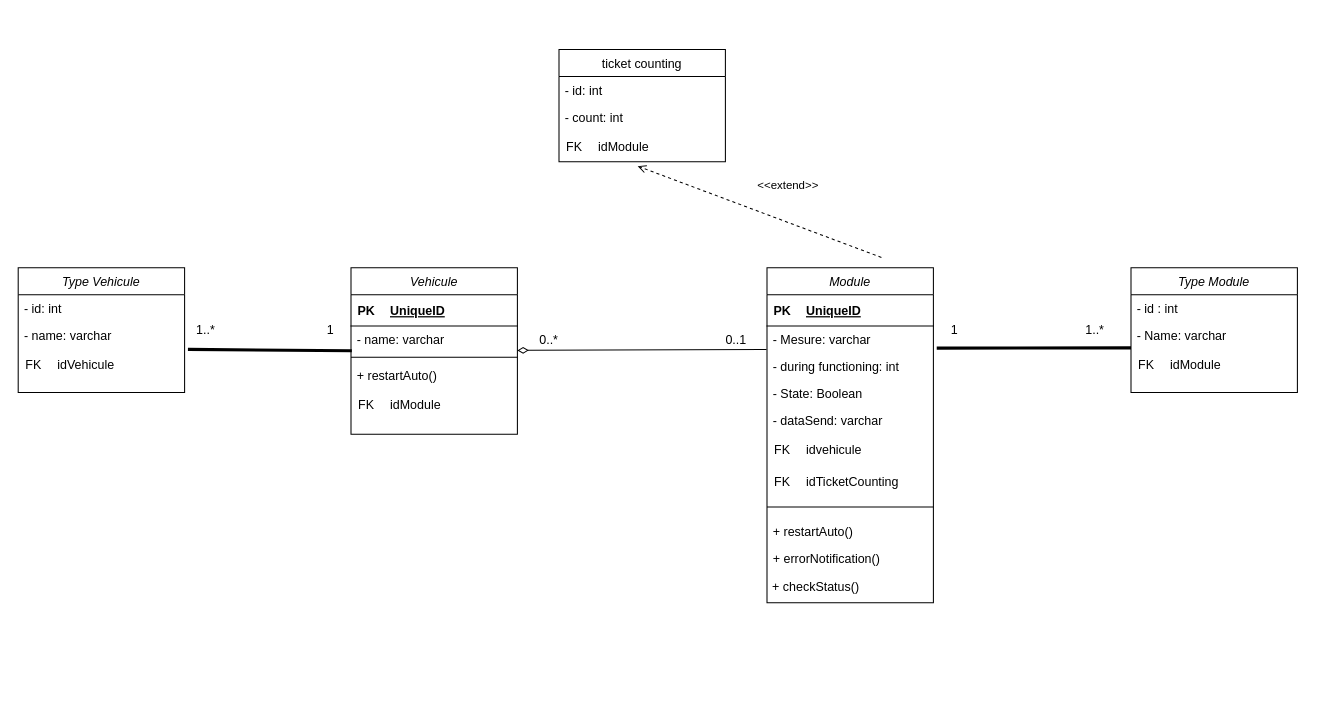
This is UML/IOT_class.drawio from IdurarDev/IoT_Modules, a draw.io file, before an edit. Source tidied: cells renumbered, new cells numbered last; positions are measured from the earlier drawing's top-left corner, leaving out a move shared by most shapes. Both pictures are drawn from the tidied source at 104%, with x=0, y=0 at pixel (18, 49).
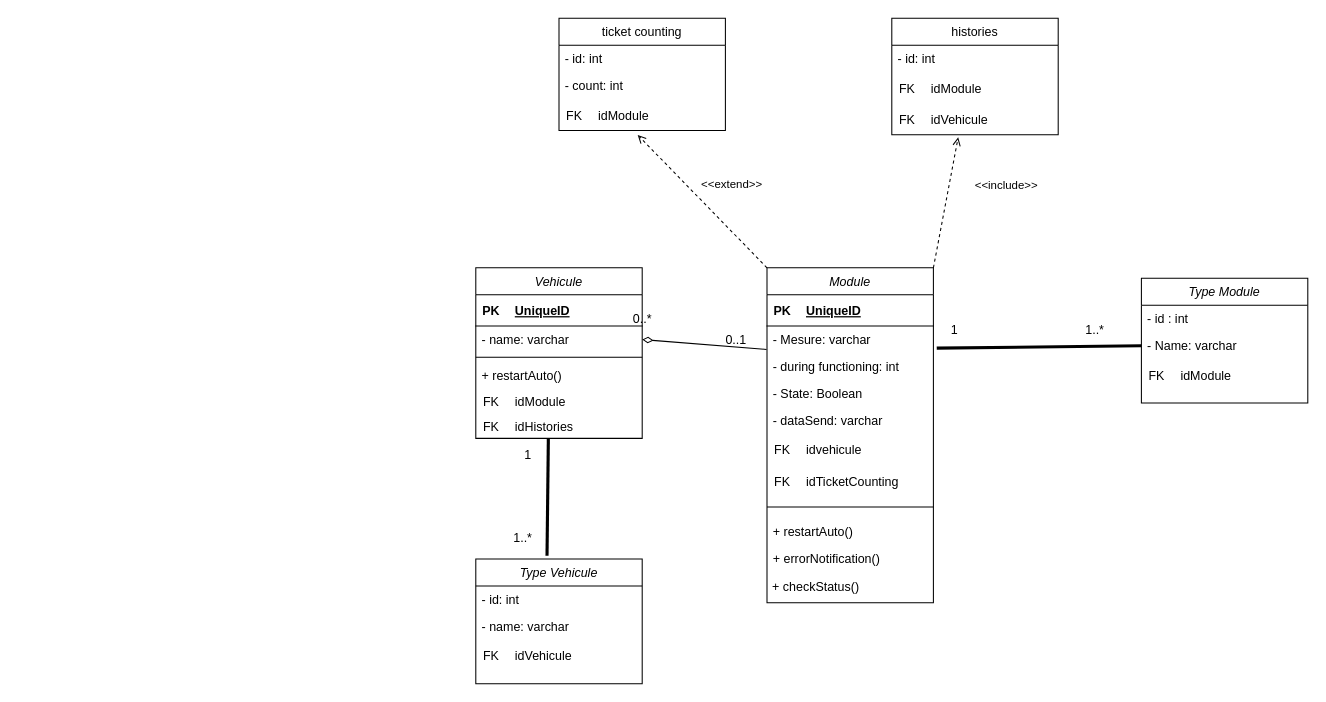
Above is the later version.

Commit message:
add class histories in class diagram

Unchanged cells that the change refers to:
```xml
<mxCell id="2" value="Module" style="swimlane;fontStyle=2;align=center;verticalAlign=top;horizontal=1;startSize=26;rounded=0;shadow=0;strokeWidth=1;" parent="1" vertex="1">
  <mxGeometry x="720" y="210" width="160" height="322" as="geometry" />
</mxCell>
<mxCell id="7" value="- Mesure: varchar" style="text;align=left;verticalAlign=top;spacingLeft=4;spacingRight=4;overflow=hidden;points=[[0,0.5],[1,0.5]];portConstraint=eastwest;" parent="2" vertex="1">
  <mxGeometry y="56" width="160" height="26" as="geometry" />
</mxCell>
<mxCell id="8" value="- during functioning: int" style="text;align=left;verticalAlign=top;spacingLeft=4;spacingRight=4;overflow=hidden;points=[[0,0.5],[1,0.5]];portConstraint=eastwest;rounded=0;shadow=0;html=0;" parent="2" vertex="1">
  <mxGeometry y="82" width="160" height="26" as="geometry" />
</mxCell>
<mxCell id="26" style="shape=tableRow;horizontal=0;startSize=0;swimlaneHead=0;swimlaneBody=0;fillColor=none;points=[[0,0.5],[1,0.5]];portConstraint=eastwest;top=0;left=0;right=0;bottom=0;" parent="25" vertex="1">
  <mxGeometry width="160" height="30" as="geometry" />
</mxCell>
<mxCell id="34" value="- name: varchar" style="text;align=left;verticalAlign=top;spacingLeft=4;spacingRight=4;overflow=hidden;points=[[0,0.5],[1,0.5]];portConstraint=eastwest;rounded=0;shadow=0;html=0;" parent="29" vertex="1">
  <mxGeometry y="56" width="160" height="26" as="geometry" />
</mxCell>
<mxCell id="43" value="- name: varchar" style="text;align=left;verticalAlign=top;spacingLeft=4;spacingRight=4;overflow=hidden;points=[[0,0.5],[1,0.5]];portConstraint=eastwest;rounded=0;shadow=0;html=0;" parent="41" vertex="1">
  <mxGeometry y="52" width="160" height="26" as="geometry" />
</mxCell>
<mxCell id="50" value="- Name: varchar" style="text;align=left;verticalAlign=top;spacingLeft=4;spacingRight=4;overflow=hidden;points=[[0,0.5],[1,0.5]];portConstraint=eastwest;rounded=0;shadow=0;html=0;" parent="48" vertex="1">
  <mxGeometry y="52" width="160" height="26" as="geometry" />
</mxCell>
```

The edit, as a diff of the source:
```diff
@@
     <mxCell id="22" value="ticket counting" style="swimlane;fontStyle=0;horizontal=1;startSize=26;fillColor=none;" parent="1" vertex="1">
-      <mxGeometry x="520" width="160" height="108" as="geometry" />
+      <mxGeometry x="520" y="-30" width="160" height="108" as="geometry" />
     </mxCell>
@@
     <mxCell id="29" value="Vehicule" style="swimlane;fontStyle=2;align=center;verticalAlign=top;horizontal=1;startSize=26;rounded=0;shadow=0;strokeWidth=1;" parent="1" vertex="1">
-      <mxGeometry x="320" y="210" width="160" height="160" as="geometry" />
+      <mxGeometry x="440" y="210" width="160" height="164" as="geometry" />
     </mxCell>
@@
     <mxCell id="37" style="shape=table;startSize=0;childLayout=tableLayout;rowLines=0;fontStyle=0;align=center;strokeColor=none;fillColor=none;" parent="29" vertex="1">
-      <mxGeometry y="116" width="160" height="30" as="geometry" />
+      <mxGeometry y="116" width="160" height="24" as="geometry" />
     </mxCell>
     <mxCell id="38" style="shape=tableRow;horizontal=0;startSize=0;swimlaneHead=0;swimlaneBody=0;fillColor=none;top=0;left=0;right=0;bottom=0;" parent="37" vertex="1">
-      <mxGeometry width="160" height="30" as="geometry" />
+      <mxGeometry width="160" height="24" as="geometry" />
     </mxCell>
     <mxCell id="39" value="FK" style="shape=partialRectangle;fillColor=none;top=0;left=0;bottom=0;right=0;fontStyle=0;overflow=hidden;" parent="38" vertex="1">
-      <mxGeometry width="30" height="30" as="geometry" />
+      <mxGeometry width="30" height="24" as="geometry" />
     </mxCell>
     <mxCell id="40" value="idModule" style="shape=partialRectangle;fillColor=none;top=0;left=0;bottom=0;right=0;align=left;spacingLeft=6;fontStyle=0;overflow=hidden;" parent="38" vertex="1">
-      <mxGeometry x="30" width="130" height="30" as="geometry" />
+      <mxGeometry x="30" width="130" height="24" as="geometry" />
     </mxCell>
+    <mxCell id="65" style="shape=table;startSize=0;childLayout=tableLayout;rowLines=0;fontStyle=0;align=center;strokeColor=none;fillColor=none;" parent="29" vertex="1">
+      <mxGeometry y="140" width="160" height="24" as="geometry" />
+    </mxCell>
+    <mxCell id="66" style="shape=tableRow;horizontal=0;startSize=0;swimlaneHead=0;swimlaneBody=0;fillColor=none;points=[[0,0.5],[1,0.5]];portConstraint=eastwest;top=0;left=0;right=0;bottom=0;" parent="65" vertex="1">
+      <mxGeometry width="160" height="24" as="geometry" />
+    </mxCell>
+    <mxCell id="67" value="FK" style="shape=partialRectangle;fillColor=none;top=0;left=0;bottom=0;right=0;fontStyle=0;overflow=hidden;" parent="66" vertex="1">
+      <mxGeometry width="30" height="24" as="geometry" />
+    </mxCell>
+    <mxCell id="68" value="idHistories" style="shape=partialRectangle;fillColor=none;top=0;left=0;bottom=0;right=0;align=left;spacingLeft=6;fontStyle=0;overflow=hidden;" parent="66" vertex="1">
+      <mxGeometry x="30" width="130" height="24" as="geometry" />
+    </mxCell>
     <mxCell id="41" value="Type Vehicule" style="swimlane;fontStyle=2;align=center;verticalAlign=top;horizontal=1;startSize=26;rounded=0;shadow=0;strokeWidth=1;" parent="1" vertex="1">
-      <mxGeometry y="210" width="160" height="120" as="geometry" />
+      <mxGeometry x="440" y="490" width="160" height="120" as="geometry" />
     </mxCell>
@@
     <mxCell id="48" value="Type Module" style="swimlane;fontStyle=2;align=center;verticalAlign=top;horizontal=1;startSize=26;rounded=0;shadow=0;strokeWidth=1;" parent="1" vertex="1">
-      <mxGeometry x="1070" y="210" width="160" height="120" as="geometry" />
+      <mxGeometry x="1080" y="220" width="160" height="120" as="geometry" />
     </mxCell>
@@
-    <mxCell id="55" style="endArrow=none;startArrow=none;endFill=0;startFill=0;endSize=8;html=1;verticalAlign=bottom;labelBackgroundColor=none;strokeWidth=3;rounded=0;exitX=1.02;exitY=-0.183;exitDx=0;exitDy=0;exitPerimeter=0;" parent="1" edge="1" source="8">
-      <mxGeometry relative="1" as="geometry">
-        <mxPoint x="1070" y="287" as="targetPoint" />
-      </mxGeometry>
+    <mxCell id="55" style="endArrow=none;startArrow=none;endFill=0;startFill=0;endSize=8;html=1;verticalAlign=bottom;labelBackgroundColor=none;strokeWidth=3;rounded=0;exitX=1.02;exitY=-0.183;exitDx=0;exitDy=0;exitPerimeter=0;entryX=0;entryY=0.5;entryDx=0;entryDy=0;" parent="1" edge="1" source="8" target="50">
+      <mxGeometry relative="1" as="geometry" />
     </mxCell>
-    <mxCell id="56" style="endArrow=none;startArrow=none;endFill=0;startFill=0;endSize=8;html=1;verticalAlign=bottom;labelBackgroundColor=none;strokeWidth=3;rounded=0;exitX=1.02;exitY=1.019;exitDx=0;exitDy=0;entryX=0.005;entryY=0.913;entryDx=0;entryDy=0;exitPerimeter=0;entryPerimeter=0;" parent="1" edge="1" source="43" target="34">
+    <mxCell id="56" style="endArrow=none;startArrow=none;endFill=0;startFill=0;endSize=8;html=1;verticalAlign=bottom;labelBackgroundColor=none;strokeWidth=3;rounded=0;exitX=0.428;exitY=-0.026;exitDx=0;exitDy=0;entryX=0.436;entryY=0.998;entryDx=0;entryDy=0;exitPerimeter=0;entryPerimeter=0;" parent="1" edge="1" source="41" target="66">
       <mxGeometry relative="1" as="geometry" />
     </mxCell>
     <mxCell id="57" value="1" style="text;html=1;align=center;verticalAlign=middle;strokeColor=none;fillColor=none;" parent="1" vertex="1">
-      <mxGeometry x="290" y="260" width="20" height="20" as="geometry" />
+      <mxGeometry x="480" y="380" width="20" height="20" as="geometry" />
     </mxCell>
     <mxCell id="58" value="1..*" style="text;html=1;align=center;verticalAlign=middle;strokeColor=none;fillColor=none;" parent="1" vertex="1">
-      <mxGeometry x="165" y="260" width="30" height="20" as="geometry" />
+      <mxGeometry x="470" y="460" width="30" height="20" as="geometry" />
     </mxCell>
@@
-    <mxCell id="61" style="endArrow=none;startArrow=diamondThin;endFill=0;startFill=0;html=1;verticalAlign=bottom;labelBackgroundColor=none;strokeWidth=1;startSize=8;endSize=8;rounded=0;entryX=-0.003;entryY=0.865;entryDx=0;entryDy=0;entryPerimeter=0;" parent="1" edge="1" target="7">
-      <mxGeometry relative="1" as="geometry">
-        <mxPoint x="480" y="289.4" as="sourcePoint" />
-      </mxGeometry>
+    <mxCell id="61" style="endArrow=none;startArrow=diamondThin;endFill=0;startFill=0;html=1;verticalAlign=bottom;labelBackgroundColor=none;strokeWidth=1;startSize=8;endSize=8;rounded=0;entryX=-0.003;entryY=0.865;entryDx=0;entryDy=0;entryPerimeter=0;exitX=1;exitY=0.5;exitDx=0;exitDy=0;" parent="1" edge="1" source="34" target="7">
+      <mxGeometry relative="1" as="geometry" />
     </mxCell>
@@
     <mxCell id="63" value="0..*" style="text;html=1;align=center;verticalAlign=middle;strokeColor=none;fillColor=none;" parent="1" vertex="1">
-      <mxGeometry x="495" y="270" width="30" height="20" as="geometry" />
+      <mxGeometry x="585" y="250" width="30" height="20" as="geometry" />
     </mxCell>
-    <mxCell id="64" value="&amp;lt;&amp;lt;extend&amp;gt;&amp;gt;" style="html=1;verticalAlign=bottom;labelBackgroundColor=none;endArrow=open;endFill=0;dashed=1;rounded=0;entryX=0.473;entryY=1.142;entryDx=0;entryDy=0;entryPerimeter=0;" parent="1" edge="1" target="26">
-      <mxGeometry x="-0.16" y="-25" relative="1" as="geometry">
-        <mxPoint x="830" y="200" as="sourcePoint" />
-      </mxGeometry>
+    <mxCell id="64" value="&amp;lt;&amp;lt;extend&amp;gt;&amp;gt;" style="html=1;verticalAlign=bottom;labelBackgroundColor=none;endArrow=open;endFill=0;dashed=1;rounded=0;entryX=0.473;entryY=1.142;entryDx=0;entryDy=0;entryPerimeter=0;exitX=0;exitY=0;exitDx=0;exitDy=0;" parent="1" edge="1" source="2" target="26">
+      <mxGeometry x="-0.16" y="-25" relative="1" as="geometry" />
     </mxCell>
+    <mxCell id="69" value="histories" style="swimlane;fontStyle=0;horizontal=1;startSize=26;fillColor=none;" parent="1" vertex="1">
+      <mxGeometry x="840" y="-30" width="160" height="112" as="geometry" />
+    </mxCell>
+    <mxCell id="70" value="- id: int" style="text;strokeColor=none;fillColor=none;align=left;verticalAlign=top;spacingLeft=4;spacingRight=4;overflow=hidden;" parent="69" vertex="1">
+      <mxGeometry y="26" width="160" height="26" as="geometry" />
+    </mxCell>
+    <mxCell id="71" style="shape=table;startSize=0;childLayout=tableLayout;rowLines=0;fontStyle=0;align=center;strokeColor=none;fillColor=none;" parent="69" vertex="1">
+      <mxGeometry y="52" width="160" height="60" as="geometry" />
+    </mxCell>
+    <mxCell id="72" style="shape=tableRow;horizontal=0;startSize=0;swimlaneHead=0;swimlaneBody=0;fillColor=none;top=0;left=0;right=0;bottom=0;" parent="71" vertex="1">
+      <mxGeometry width="160" height="30" as="geometry" />
+    </mxCell>
+    <mxCell id="73" value="FK" style="shape=partialRectangle;fillColor=none;top=0;left=0;bottom=0;right=0;fontStyle=0;overflow=hidden;" parent="72" vertex="1">
+      <mxGeometry width="30" height="30" as="geometry" />
+    </mxCell>
+    <mxCell id="74" value="idModule" style="shape=partialRectangle;fillColor=none;top=0;left=0;bottom=0;right=0;align=left;spacingLeft=6;fontStyle=0;overflow=hidden;" parent="72" vertex="1">
+      <mxGeometry x="30" width="130" height="30" as="geometry" />
+    </mxCell>
+    <mxCell id="75" style="shape=tableRow;horizontal=0;startSize=0;swimlaneHead=0;swimlaneBody=0;fillColor=none;points=[[0,0.5],[1,0.5]];portConstraint=eastwest;top=0;left=0;right=0;bottom=0;" parent="71" vertex="1">
+      <mxGeometry y="30" width="160" height="30" as="geometry" />
+    </mxCell>
+    <mxCell id="76" value="FK" style="shape=partialRectangle;fillColor=none;top=0;left=0;bottom=0;right=0;fontStyle=0;overflow=hidden;" parent="75" vertex="1">
+      <mxGeometry width="30" height="30" as="geometry" />
+    </mxCell>
+    <mxCell id="77" value="idVehicule" style="shape=partialRectangle;fillColor=none;top=0;left=0;bottom=0;right=0;align=left;spacingLeft=6;fontStyle=0;overflow=hidden;" parent="75" vertex="1">
+      <mxGeometry x="30" width="130" height="30" as="geometry" />
+    </mxCell>
+    <mxCell id="78" value="&amp;lt;&amp;lt;include&amp;gt;&amp;gt;" style="html=1;verticalAlign=bottom;labelBackgroundColor=none;endArrow=open;endFill=0;dashed=1;rounded=0;entryX=0.399;entryY=1.084;entryDx=0;entryDy=0;entryPerimeter=0;exitX=1;exitY=0;exitDx=0;exitDy=0;" parent="1" edge="1" source="2" target="75">
+      <mxGeometry x="0.28" y="-56" relative="1" as="geometry" />
+    </mxCell>
```
